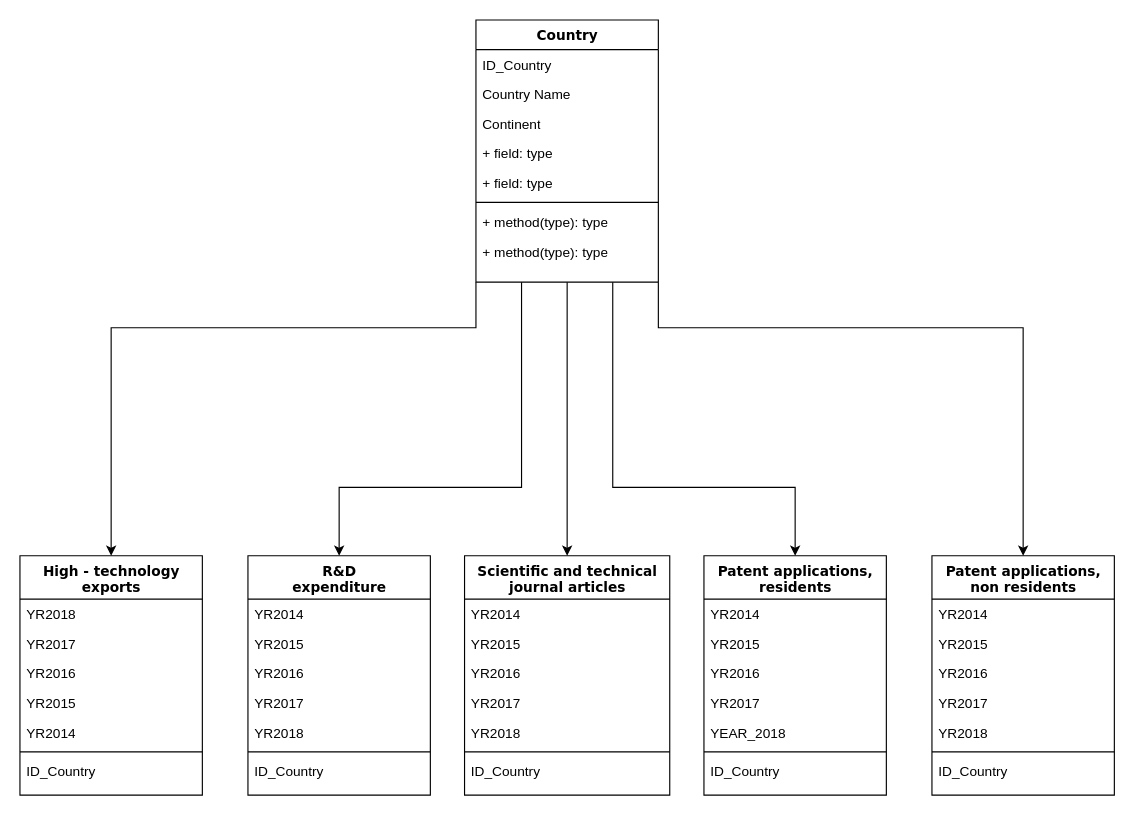
This is ER_Model.drawio from Edgart371/Project-2-Composite-Indicators, a draw.io file, before an edit. Source tidied: cells renumbered, new cells numbered last; positions are measured from the earlier drawing's top-left corner, leaving out a move shared by most shapes. Both pictures are drawn from the tidied source at 114%, with x=0, y=0 at pixel (19, 19).
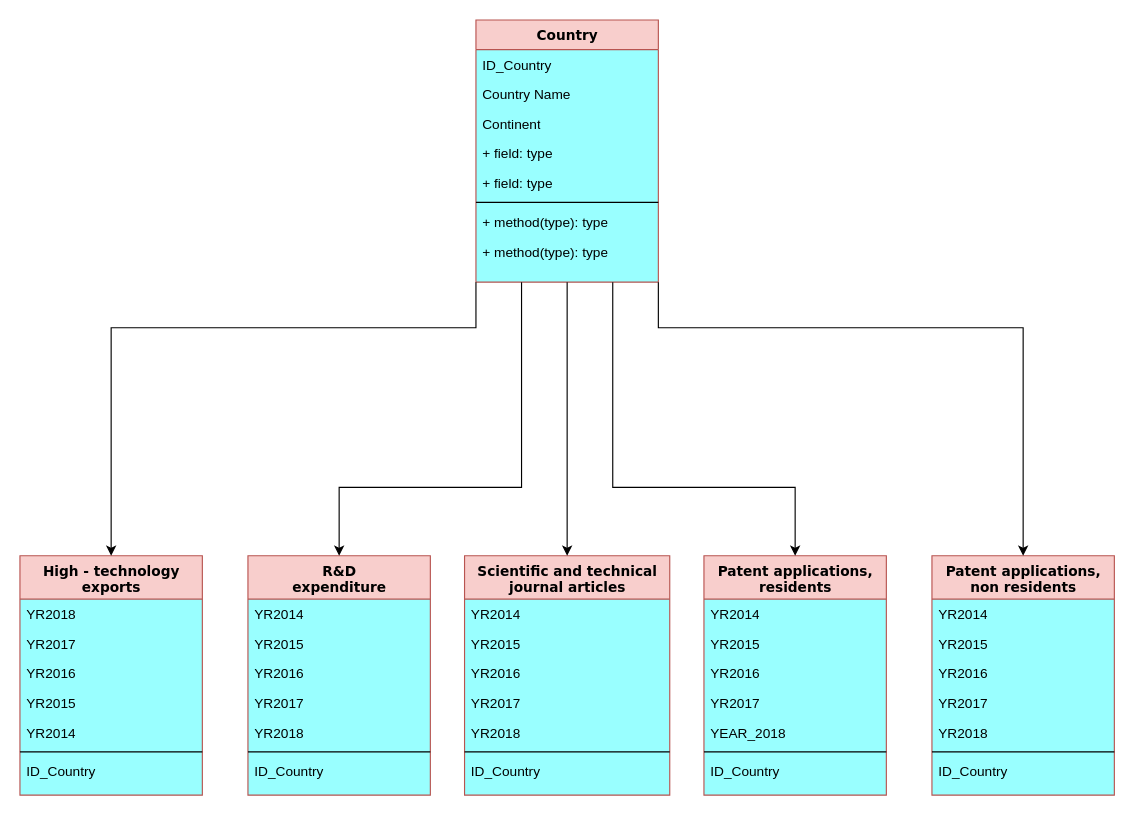
After the change.

Change to the diagram source:
```diff
@@
-    <mxCell id="2" value="Country" style="swimlane;html=1;fontStyle=1;align=center;verticalAlign=top;horizontal=1;startSize=26;swimlaneFillColor=#ffffff;rounded=0;shadow=0;comic=0;labelBackgroundColor=none;strokeWidth=1;fillColor=none;fontFamily=Verdana;fontSize=12;" parent="1" vertex="1">
+    <mxCell id="2" value="Country" style="swimlane;html=1;fontStyle=1;align=center;verticalAlign=top;horizontal=1;startSize=26;swimlaneFillColor=#99FFFF;rounded=0;shadow=0;comic=0;labelBackgroundColor=none;strokeWidth=1;fillColor=#f8cecc;fontFamily=Verdana;fontSize=12;strokeColor=#b85450;" parent="1" vertex="1">
       <mxGeometry x="400" width="160" height="230" as="geometry" />
     </mxCell>
@@
-    <mxCell id="11" value="High - technology &lt;br&gt;exports" style="swimlane;html=1;fontStyle=1;align=center;verticalAlign=top;horizontal=1;startSize=38;swimlaneFillColor=#ffffff;rounded=0;shadow=0;comic=0;labelBackgroundColor=none;strokeWidth=1;fillColor=none;fontFamily=Verdana;fontSize=12;" parent="1" vertex="1">
+    <mxCell id="11" value="High - technology &lt;br&gt;exports" style="swimlane;html=1;fontStyle=1;align=center;verticalAlign=top;horizontal=1;startSize=38;swimlaneFillColor=#99FFFF;rounded=0;shadow=0;comic=0;labelBackgroundColor=none;strokeWidth=1;fillColor=#f8cecc;fontFamily=Verdana;fontSize=12;strokeColor=#b85450;" parent="1" vertex="1">
       <mxGeometry y="470" width="160" height="210" as="geometry" />
     </mxCell>
@@
-    <mxCell id="19" value="R&amp;amp;D&lt;br&gt;expenditure" style="swimlane;html=1;fontStyle=1;align=center;verticalAlign=top;horizontal=1;startSize=38;swimlaneFillColor=#ffffff;rounded=0;shadow=0;comic=0;labelBackgroundColor=none;strokeWidth=1;fillColor=none;fontFamily=Verdana;fontSize=12;" parent="1" vertex="1">
+    <mxCell id="19" value="R&amp;amp;D&lt;br&gt;expenditure" style="swimlane;html=1;fontStyle=1;align=center;verticalAlign=top;horizontal=1;startSize=38;swimlaneFillColor=#99FFFF;rounded=0;shadow=0;comic=0;labelBackgroundColor=none;strokeWidth=1;fillColor=#f8cecc;fontFamily=Verdana;fontSize=12;strokeColor=#b85450;" parent="1" vertex="1">
       <mxGeometry x="200" y="470" width="160" height="210" as="geometry" />
     </mxCell>
@@
-    <mxCell id="27" value="Scientific and technical &lt;br&gt;journal articles" style="swimlane;html=1;fontStyle=1;align=center;verticalAlign=top;horizontal=1;startSize=38;swimlaneFillColor=#ffffff;rounded=0;shadow=0;comic=0;labelBackgroundColor=none;strokeWidth=1;fillColor=none;fontFamily=Verdana;fontSize=12;" parent="1" vertex="1">
+    <mxCell id="27" value="Scientific and technical &lt;br&gt;journal articles" style="swimlane;html=1;fontStyle=1;align=center;verticalAlign=top;horizontal=1;startSize=38;swimlaneFillColor=#99FFFF;rounded=0;shadow=0;comic=0;labelBackgroundColor=none;strokeWidth=1;fillColor=#f8cecc;fontFamily=Verdana;fontSize=12;strokeColor=#b85450;" parent="1" vertex="1">
       <mxGeometry x="390" y="470" width="180" height="210" as="geometry" />
     </mxCell>
@@
-    <mxCell id="35" value="Patent applications, &lt;br&gt;residents" style="swimlane;html=1;fontStyle=1;align=center;verticalAlign=top;horizontal=1;startSize=38;swimlaneFillColor=#ffffff;rounded=0;shadow=0;comic=0;labelBackgroundColor=none;strokeWidth=1;fillColor=none;fontFamily=Verdana;fontSize=12;" parent="1" vertex="1">
+    <mxCell id="35" value="Patent applications, &lt;br&gt;residents" style="swimlane;html=1;fontStyle=1;align=center;verticalAlign=top;horizontal=1;startSize=38;swimlaneFillColor=#99FFFF;rounded=0;shadow=0;comic=0;labelBackgroundColor=none;strokeWidth=1;fillColor=#f8cecc;fontFamily=Verdana;fontSize=12;strokeColor=#b85450;" parent="1" vertex="1">
       <mxGeometry x="600" y="470" width="160" height="210" as="geometry" />
     </mxCell>
@@
-    <mxCell id="43" value="Patent applications, &lt;br&gt;non residents" style="swimlane;html=1;fontStyle=1;align=center;verticalAlign=top;horizontal=1;startSize=38;swimlaneFillColor=#ffffff;rounded=0;shadow=0;comic=0;labelBackgroundColor=none;strokeWidth=1;fillColor=none;fontFamily=Verdana;fontSize=12;" parent="1" vertex="1">
+    <mxCell id="43" value="Patent applications, &lt;br&gt;non residents" style="swimlane;html=1;fontStyle=1;align=center;verticalAlign=top;horizontal=1;startSize=38;swimlaneFillColor=#99FFFF;rounded=0;shadow=0;comic=0;labelBackgroundColor=none;strokeWidth=1;fillColor=#f8cecc;fontFamily=Verdana;fontSize=12;strokeColor=#b85450;" parent="1" vertex="1">
       <mxGeometry x="800" y="470" width="160" height="210" as="geometry" />
     </mxCell>
```
